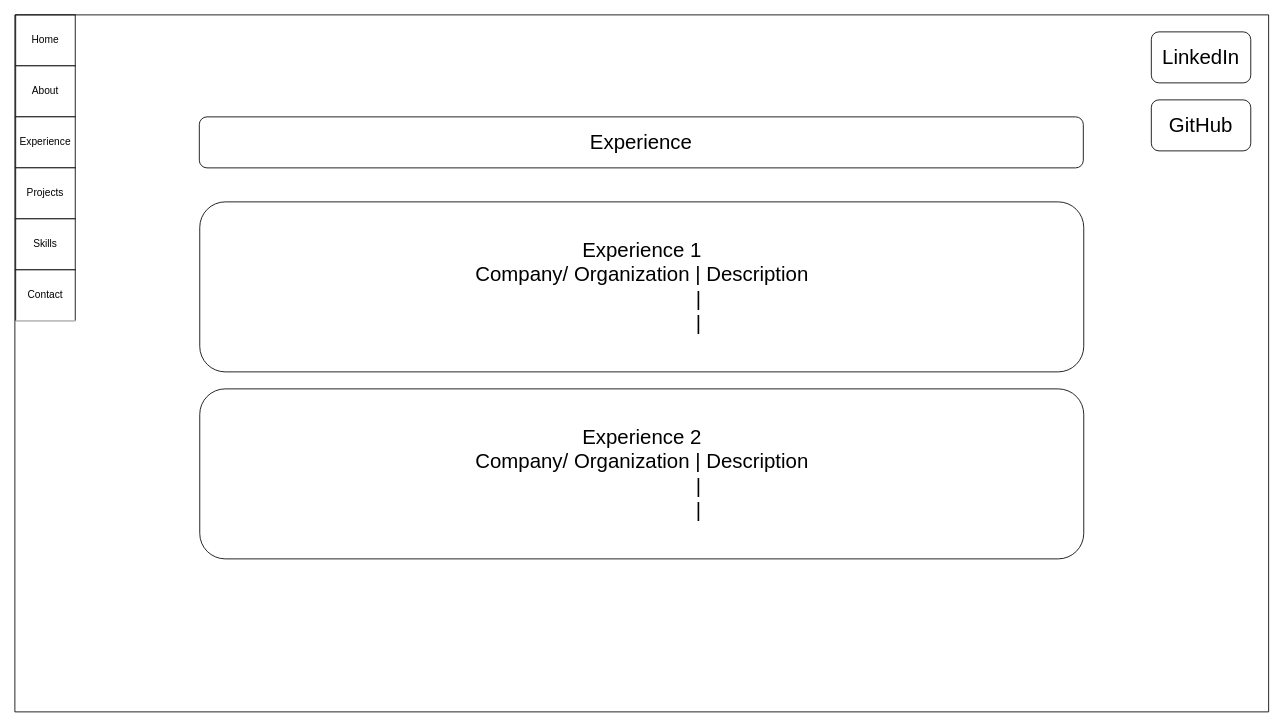
Above: page "Experience" (3 of 6) of design/wireframe.drawio in anhngoq/portfolio (draw.io), before the change. Source tidied: cells renumbered, new cells numbered last; positions are measured from the earlier drawing's top-left corner, leaving out a move shared by most shapes. Both pictures are drawn from the tidied source at 85%, with x=0, y=0 at pixel (14, 14).
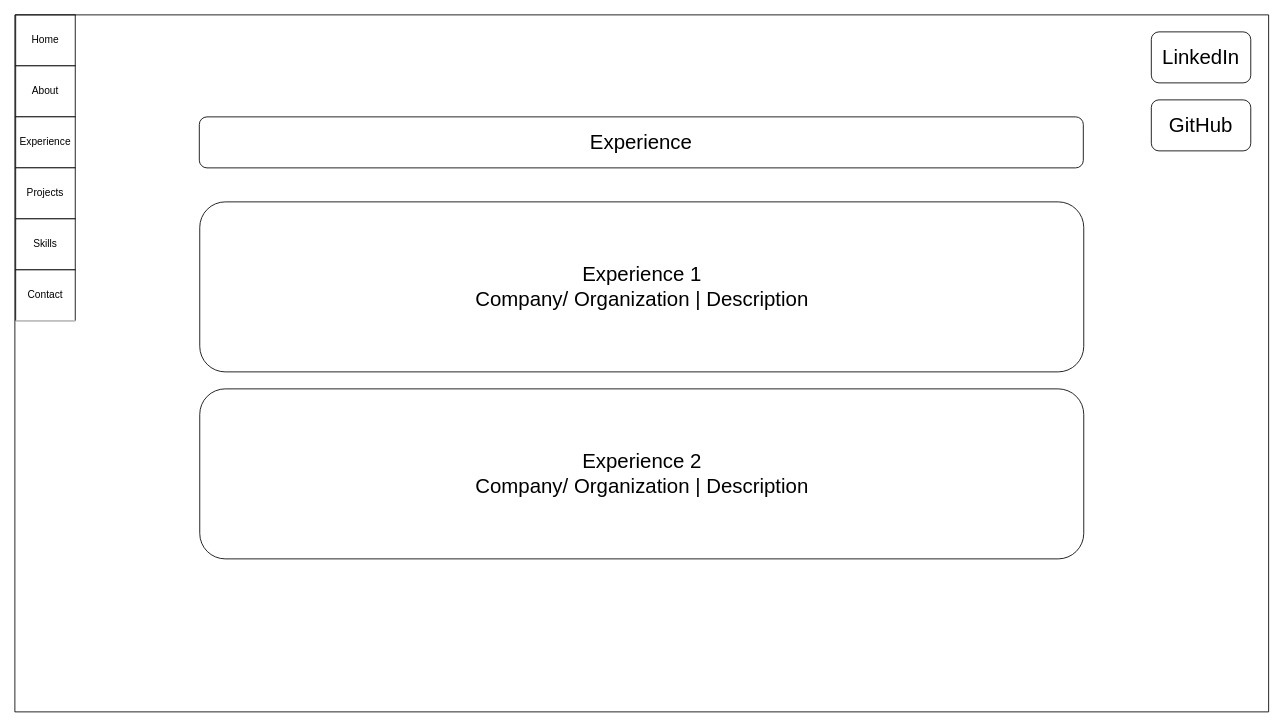
The same diagram, later.

Commit message (it also covers changes not shown here):
add reference and minor edits in experience section

The edit, as a diff of the source:
```diff
@@
 <mxGraphModel>
   <root>
     <mxCell id="0" />
     <mxCell id="1" parent="0" />
     <mxCell id="2" value="Home" style="rounded=0;whiteSpace=wrap;html=1;" parent="1" vertex="1">
       <mxGeometry x="1" width="70" height="60" as="geometry" />
     </mxCell>
     <mxCell id="3" value="About" style="rounded=0;whiteSpace=wrap;html=1;" parent="1" vertex="1">
       <mxGeometry x="1" y="60" width="70" height="60" as="geometry" />
     </mxCell>
     <mxCell id="4" value="Experience" style="rounded=0;whiteSpace=wrap;html=1;" parent="1" vertex="1">
       <mxGeometry x="1" y="120" width="70" height="60" as="geometry" />
     </mxCell>
     <mxCell id="5" value="Projects" style="rounded=0;whiteSpace=wrap;html=1;" parent="1" vertex="1">
       <mxGeometry x="1" y="180" width="70" height="60" as="geometry" />
     </mxCell>
     <mxCell id="6" value="Skills" style="rounded=0;whiteSpace=wrap;html=1;" parent="1" vertex="1">
       <mxGeometry x="1" y="240" width="70" height="60" as="geometry" />
     </mxCell>
     <mxCell id="7" value="Contact" style="rounded=0;whiteSpace=wrap;html=1;" parent="1" vertex="1">
       <mxGeometry x="1" y="300" width="70" height="60" as="geometry" />
     </mxCell>
     <mxCell id="8" style="edgeStyle=none;html=1;fontSize=24;" parent="1" edge="1" source="9" target="7">
       <mxGeometry relative="1" as="geometry" />
     </mxCell>
     <mxCell id="9" style="rounded=0;whiteSpace=wrap;html=1;shadow=0;labelBackgroundColor=#E9F02B;strokeColor=#ffffff;fontSize=14;fillColor=none;" parent="1" vertex="1">
       <mxGeometry x="1" y="360" width="70" height="460" as="geometry" />
     </mxCell>
     <mxCell id="10" style="swimlane;startSize=0;fontSize=24;" parent="1" vertex="1">
       <mxGeometry width="1475" height="820" as="geometry" />
     </mxCell>
     <mxCell id="11" value="Experience" style="rounded=1;whiteSpace=wrap;html=1;fontSize=24;align=center;" parent="10" vertex="1">
       <mxGeometry x="217" y="120" width="1040" height="60" as="geometry" />
     </mxCell>
-    <mxCell id="12" value="Experience 1&lt;br&gt;Company/ Organization | Description&lt;br&gt;&lt;span style=&quot;white-space: pre;&quot;&gt;&#9;&lt;/span&gt;&lt;span style=&quot;white-space: pre;&quot;&gt;&#9;&lt;/span&gt;&amp;nbsp; &amp;nbsp; |&lt;br&gt;&lt;span style=&quot;white-space: pre;&quot;&gt;&#9;&lt;/span&gt;&lt;span style=&quot;white-space: pre;&quot;&gt;&#9;&lt;/span&gt;&amp;nbsp; &amp;nbsp; |" style="rounded=1;whiteSpace=wrap;html=1;fontSize=24;" parent="10" vertex="1">
+    <mxCell id="12" value="Experience 1&lt;br&gt;Company/ Organization | Description" style="rounded=1;whiteSpace=wrap;html=1;fontSize=24;" parent="10" vertex="1">
       <mxGeometry x="217.5" y="220" width="1040" height="200" as="geometry" />
     </mxCell>
-    <mxCell id="13" value="Experience 2&lt;br&gt;Company/ Organization | Description&lt;br&gt;&lt;span style=&quot;&quot;&gt;&#9;&lt;/span&gt;&lt;span style=&quot;&quot;&gt;&#9;&lt;/span&gt;&amp;nbsp; &amp;nbsp; &lt;span style=&quot;white-space: pre;&quot;&gt;&#9;&lt;/span&gt;&amp;nbsp; &amp;nbsp; &amp;nbsp; &amp;nbsp; &amp;nbsp; &amp;nbsp; |&lt;br&gt;&lt;span style=&quot;&quot;&gt;&#9;&lt;/span&gt;&lt;span style=&quot;&quot;&gt;&#9;&lt;/span&gt;&amp;nbsp; &amp;nbsp; &amp;nbsp; &amp;nbsp; &amp;nbsp; &amp;nbsp; &amp;nbsp; &amp;nbsp; &amp;nbsp; &amp;nbsp; |" style="rounded=1;whiteSpace=wrap;html=1;fontSize=24;" parent="10" vertex="1">
+    <mxCell id="13" value="Experience 2&lt;br&gt;Company/ Organization | Description" style="rounded=1;whiteSpace=wrap;html=1;fontSize=24;" parent="10" vertex="1">
       <mxGeometry x="217.5" y="440" width="1040" height="200" as="geometry" />
     </mxCell>
     <mxCell id="14" value="LinkedIn" style="rounded=1;whiteSpace=wrap;html=1;fontSize=24;" parent="1" vertex="1">
       <mxGeometry x="1337" y="20" width="117" height="60" as="geometry" />
     </mxCell>
     <mxCell id="15" value="GitHub" style="rounded=1;whiteSpace=wrap;html=1;fontSize=24;" parent="1" vertex="1">
       <mxGeometry x="1337" y="100" width="117" height="60" as="geometry" />
     </mxCell>
   </root>
 </mxGraphModel>
```
